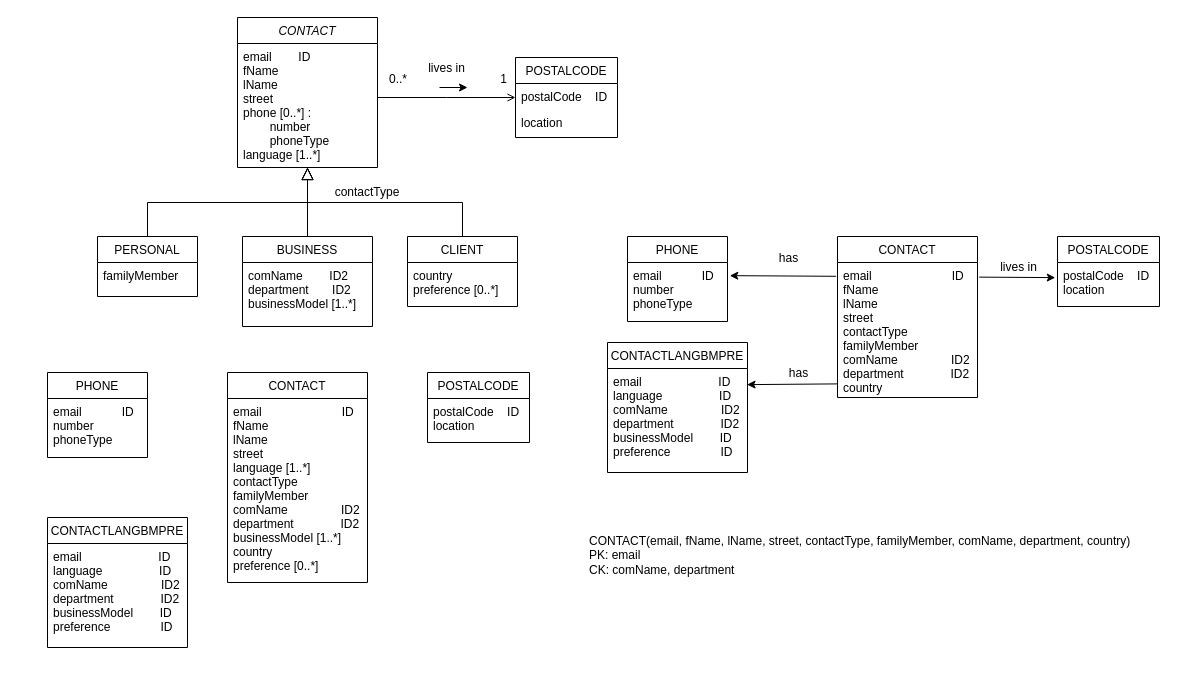
The draw.io diagram Untitled Diagram.drawio in Levaote/chart, before the edit. Source tidied: cells renumbered, new cells numbered last; positions are measured from the earlier drawing's top-left corner, leaving out a move shared by most shapes. Both pictures are drawn from the tidied source at 100%, with x=0, y=0 at pixel (47, 17).
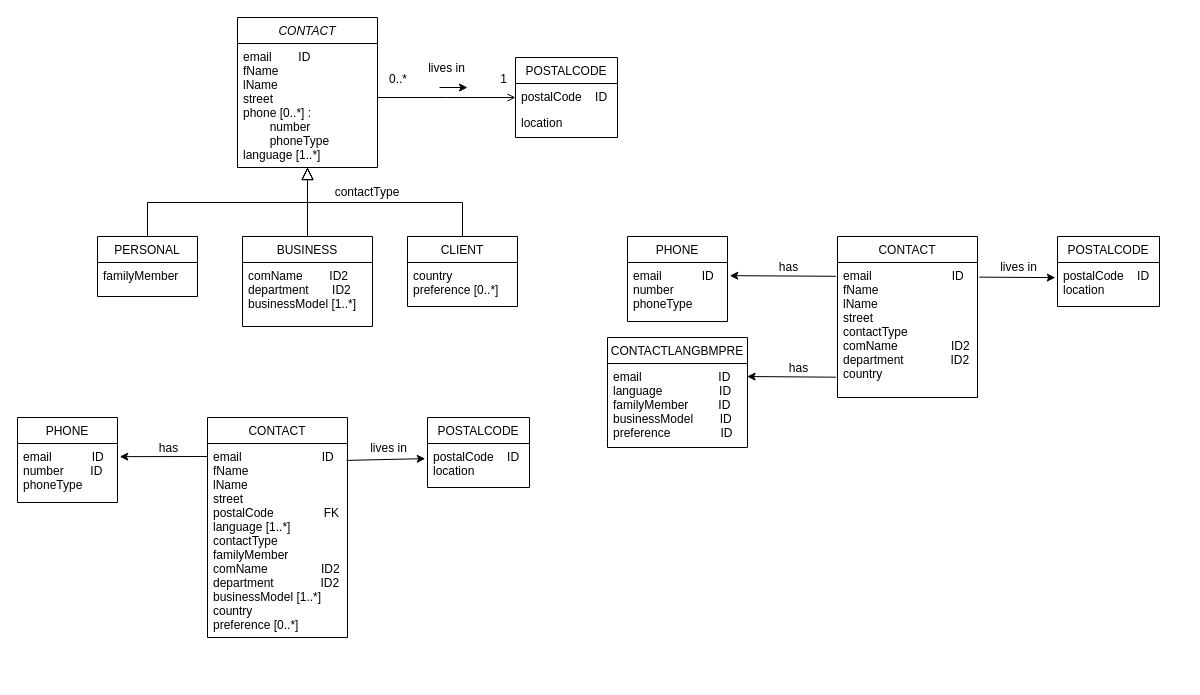
The same diagram, later.

Unchanged cells that the change refers to:
```xml
<mxCell id="31" value="CONTACT" style="swimlane;fontStyle=0;align=center;verticalAlign=top;horizontal=1;startSize=26;rounded=0;shadow=0;strokeWidth=1;" parent="1" vertex="1">
  <mxGeometry x="790" y="219" width="140" height="161" as="geometry" />
</mxCell>
```

Change to the diagram source:
```diff
@@
-    <mxCell id="21" value="CONTACT" style="swimlane;fontStyle=0;align=center;verticalAlign=top;horizontal=1;startSize=26;rounded=0;shadow=0;strokeWidth=1;" parent="1" vertex="1">
-      <mxGeometry x="180" y="355" width="140" height="210" as="geometry" />
-    </mxCell>
-    <mxCell id="22" value="email                        ID&#10;fName&#10;lName&#10;street&#10;language [1..*]&#10;contactType&#10;familyMember&#10;comName                ID2&#10;department              ID2&#10;businessModel [1..*]&#10;country&#10;preference [0..*]" style="text;align=left;verticalAlign=top;spacingLeft=4;spacingRight=4;overflow=hidden;" parent="21" vertex="1">
-      <mxGeometry y="26" width="140" height="184" as="geometry" />
-    </mxCell>
-    <mxCell id="23" value="PHONE" style="swimlane;fontStyle=0;align=center;verticalAlign=top;horizontal=1;startSize=26;rounded=0;shadow=0;strokeWidth=1;" parent="1" vertex="1">
-      <mxGeometry y="355" width="100" height="85" as="geometry" />
-    </mxCell>
-    <mxCell id="24" value="email            ID&#10;number&#10;phoneType" style="text;align=left;verticalAlign=top;spacingLeft=4;spacingRight=4;overflow=hidden;" parent="23" vertex="1">
-      <mxGeometry y="26" width="100" height="44" as="geometry" />
-    </mxCell>
@@
-    <mxCell id="26" value="POSTALCODE" style="swimlane;fontStyle=0;align=center;verticalAlign=top;horizontal=1;startSize=26;rounded=0;shadow=0;strokeWidth=1;labelBackgroundColor=none;" parent="1" vertex="1">
-      <mxGeometry x="380" y="355" width="102" height="70" as="geometry" />
-    </mxCell>
-    <mxCell id="27" value="postalCode    ID&#10;location" style="text;align=left;verticalAlign=top;spacingLeft=4;spacingRight=4;overflow=hidden;points=[[0,0.5],[1,0.5]];portConstraint=eastwest;" parent="26" vertex="1">
-      <mxGeometry y="26" width="102" height="44" as="geometry" />
-    </mxCell>
-    <mxCell id="28" value="CONTACT(email, fName, lName, street, contactType, familyMember, comName, department, country)&lt;br&gt;PK: email&lt;br&gt;CK: comName, department" style="text;html=1;strokeColor=none;fillColor=none;align=left;verticalAlign=top;whiteSpace=wrap;rounded=0;" parent="1" vertex="1">
-      <mxGeometry x="540" y="510" width="595" height="150" as="geometry" />
-    </mxCell>
-    <mxCell id="29" value="CONTACTLANGBMPRE" style="swimlane;fontStyle=0;align=center;verticalAlign=top;horizontal=1;startSize=26;rounded=0;shadow=0;strokeWidth=1;" parent="1" vertex="1">
-      <mxGeometry y="500" width="140" height="130" as="geometry" />
-    </mxCell>
-    <mxCell id="30" value="email                       ID&#10;language                 ID&#10;comName                ID2&#10;department              ID2&#10;businessModel        ID&#10;preference               ID" style="text;align=left;verticalAlign=top;spacingLeft=4;spacingRight=4;overflow=hidden;" parent="29" vertex="1">
-      <mxGeometry y="26" width="140" height="104" as="geometry" />
-    </mxCell>
@@
-    <mxCell id="32" value="email                        ID&#10;fName&#10;lName&#10;street&#10;contactType&#10;familyMember&#10;comName                ID2&#10;department              ID2&#10;country" style="text;align=left;verticalAlign=top;spacingLeft=4;spacingRight=4;overflow=hidden;points=[[0,0.5],[1,0.5]];portConstraint=eastwest;" parent="31" vertex="1">
+    <mxCell id="32" value="email                        ID&#10;fName&#10;lName&#10;street&#10;contactType&#10;comName                ID2&#10;department              ID2&#10;country" style="text;align=left;verticalAlign=top;spacingLeft=4;spacingRight=4;overflow=hidden;points=[[0,0.5],[1,0.5]];portConstraint=eastwest;" parent="31" vertex="1">
       <mxGeometry y="26" width="140" height="134" as="geometry" />
     </mxCell>
@@
     <mxCell id="37" value="CONTACTLANGBMPRE" style="swimlane;fontStyle=0;align=center;verticalAlign=top;horizontal=1;startSize=26;rounded=0;shadow=0;strokeWidth=1;" parent="1" vertex="1">
-      <mxGeometry x="560" y="325" width="140" height="130" as="geometry" />
+      <mxGeometry x="560" y="320" width="140" height="110" as="geometry" />
     </mxCell>
-    <mxCell id="38" value="email                       ID&#10;language                 ID&#10;comName                ID2&#10;department              ID2&#10;businessModel        ID&#10;preference               ID" style="text;align=left;verticalAlign=top;spacingLeft=4;spacingRight=4;overflow=hidden;points=[[0,0.5],[1,0.5]];portConstraint=eastwest;fontStyle=0;" parent="37" vertex="1">
-      <mxGeometry y="26" width="140" height="104" as="geometry" />
+    <mxCell id="38" value="email                       ID&#10;language                 ID&#10;familyMember         ID&#10;businessModel        ID&#10;preference               ID" style="text;align=left;verticalAlign=top;spacingLeft=4;spacingRight=4;overflow=hidden;points=[[0,0.5],[1,0.5]];portConstraint=eastwest;fontStyle=0;" parent="37" vertex="1">
+      <mxGeometry y="26" width="140" height="84" as="geometry" />
     </mxCell>
@@
-    <mxCell id="42" style="endArrow=classic;html=1;rounded=0;entryX=0.997;entryY=0.155;entryDx=0;entryDy=0;entryPerimeter=0;exitX=0;exitY=0.906;exitDx=0;exitDy=0;exitPerimeter=0;" parent="1" edge="1" source="32" target="38">
+    <mxCell id="42" style="endArrow=classic;html=1;rounded=0;entryX=0.997;entryY=0.155;entryDx=0;entryDy=0;entryPerimeter=0;exitX=-0.01;exitY=0.856;exitDx=0;exitDy=0;exitPerimeter=0;" parent="1" edge="1" source="32" target="38">
       <mxGeometry relative="1" as="geometry" />
     </mxCell>
     <mxCell id="43" value="has" style="text;html=1;align=center;verticalAlign=middle;labelBackgroundColor=none;rounded=0;shadow=0;strokeWidth=1;fontSize=12;" parent="1" vertex="1">
-      <mxGeometry x="740" y="240" as="geometry" />
+      <mxGeometry x="740" y="249" as="geometry" />
     </mxCell>
     <mxCell id="44" value="has" style="text;html=1;align=center;verticalAlign=middle;labelBackgroundColor=none;rounded=0;shadow=0;strokeWidth=1;fontSize=12;" parent="1" vertex="1">
-      <mxGeometry x="750" y="355" as="geometry" />
+      <mxGeometry x="750" y="350" as="geometry" />
     </mxCell>
+    <mxCell id="21" value="CONTACT" style="swimlane;fontStyle=0;align=center;verticalAlign=top;horizontal=1;startSize=26;rounded=0;shadow=0;strokeWidth=1;" parent="1" vertex="1">
+      <mxGeometry x="160" y="400" width="140" height="220" as="geometry" />
+    </mxCell>
+    <mxCell id="45" value="email                        ID&#10;fName&#10;lName&#10;street&#10;postalCode               FK&#10;language [1..*]&#10;contactType&#10;familyMember&#10;comName                ID2&#10;department              ID2&#10;businessModel [1..*]&#10;country&#10;preference [0..*]" style="text;align=left;verticalAlign=top;spacingLeft=4;spacingRight=4;overflow=hidden;points=[[0,0.5],[1,0.5]];portConstraint=eastwest;" parent="21" vertex="1">
+      <mxGeometry y="26" width="140" height="194" as="geometry" />
+    </mxCell>
+    <mxCell id="23" value="PHONE" style="swimlane;fontStyle=0;align=center;verticalAlign=top;horizontal=1;startSize=26;rounded=0;shadow=0;strokeWidth=1;" parent="1" vertex="1">
+      <mxGeometry x="-30" y="400" width="100" height="85" as="geometry" />
+    </mxCell>
+    <mxCell id="46" value="email            ID&#10;number        ID&#10;phoneType" style="text;align=left;verticalAlign=top;spacingLeft=4;spacingRight=4;overflow=hidden;points=[[0,0.5],[1,0.5]];portConstraint=eastwest;" parent="23" vertex="1">
+      <mxGeometry y="26" width="100" height="44" as="geometry" />
+    </mxCell>
+    <mxCell id="26" value="POSTALCODE" style="swimlane;fontStyle=0;align=center;verticalAlign=top;horizontal=1;startSize=26;rounded=0;shadow=0;strokeWidth=1;labelBackgroundColor=none;" parent="1" vertex="1">
+      <mxGeometry x="380" y="400" width="102" height="70" as="geometry" />
+    </mxCell>
+    <mxCell id="27" value="postalCode    ID&#10;location" style="text;align=left;verticalAlign=top;spacingLeft=4;spacingRight=4;overflow=hidden;points=[[0,0.5],[1,0.5]];portConstraint=eastwest;" parent="26" vertex="1">
+      <mxGeometry y="26" width="102" height="44" as="geometry" />
+    </mxCell>
+    <mxCell id="47" style="endArrow=classic;html=1;rounded=0;exitX=0.993;exitY=0.087;exitDx=0;exitDy=0;exitPerimeter=0;entryX=-0.022;entryY=0.344;entryDx=0;entryDy=0;entryPerimeter=0;" parent="1" edge="1" source="45" target="27">
+      <mxGeometry relative="1" as="geometry" />
+    </mxCell>
+    <mxCell id="48" value="lives in" style="text;html=1;align=center;verticalAlign=middle;labelBackgroundColor=none;rounded=0;shadow=0;strokeWidth=1;fontSize=12;" parent="1" vertex="1">
+      <mxGeometry x="340" y="430" as="geometry" />
+    </mxCell>
+    <mxCell id="49" style="endArrow=classic;html=1;rounded=0;entryX=1.023;entryY=0.299;entryDx=0;entryDy=0;entryPerimeter=0;" parent="1" edge="1" target="46">
+      <mxGeometry relative="1" as="geometry">
+        <mxPoint x="160" y="439" as="sourcePoint" />
+      </mxGeometry>
+    </mxCell>
+    <mxCell id="50" value="has" style="text;html=1;align=center;verticalAlign=middle;labelBackgroundColor=none;rounded=0;shadow=0;strokeWidth=1;fontSize=12;" parent="1" vertex="1">
+      <mxGeometry x="120" y="430" as="geometry" />
+    </mxCell>
```
